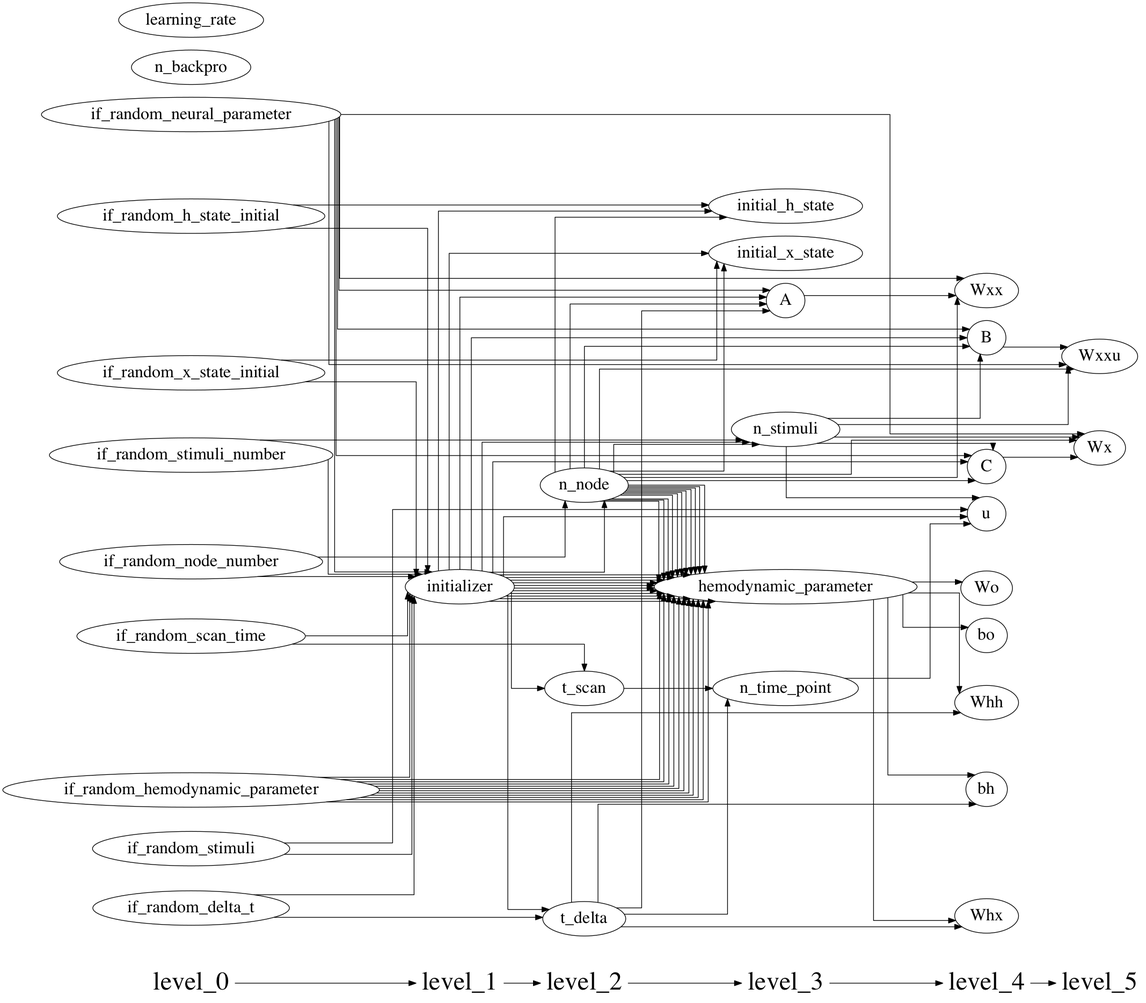
Earlier version of the Graphviz export DCM_RNN/documents/parameter_graph.png (YuanWangOnward/DCM_RNN). Its source is kept beside it as DCM_RNN/documents/parameter_graph.gv.
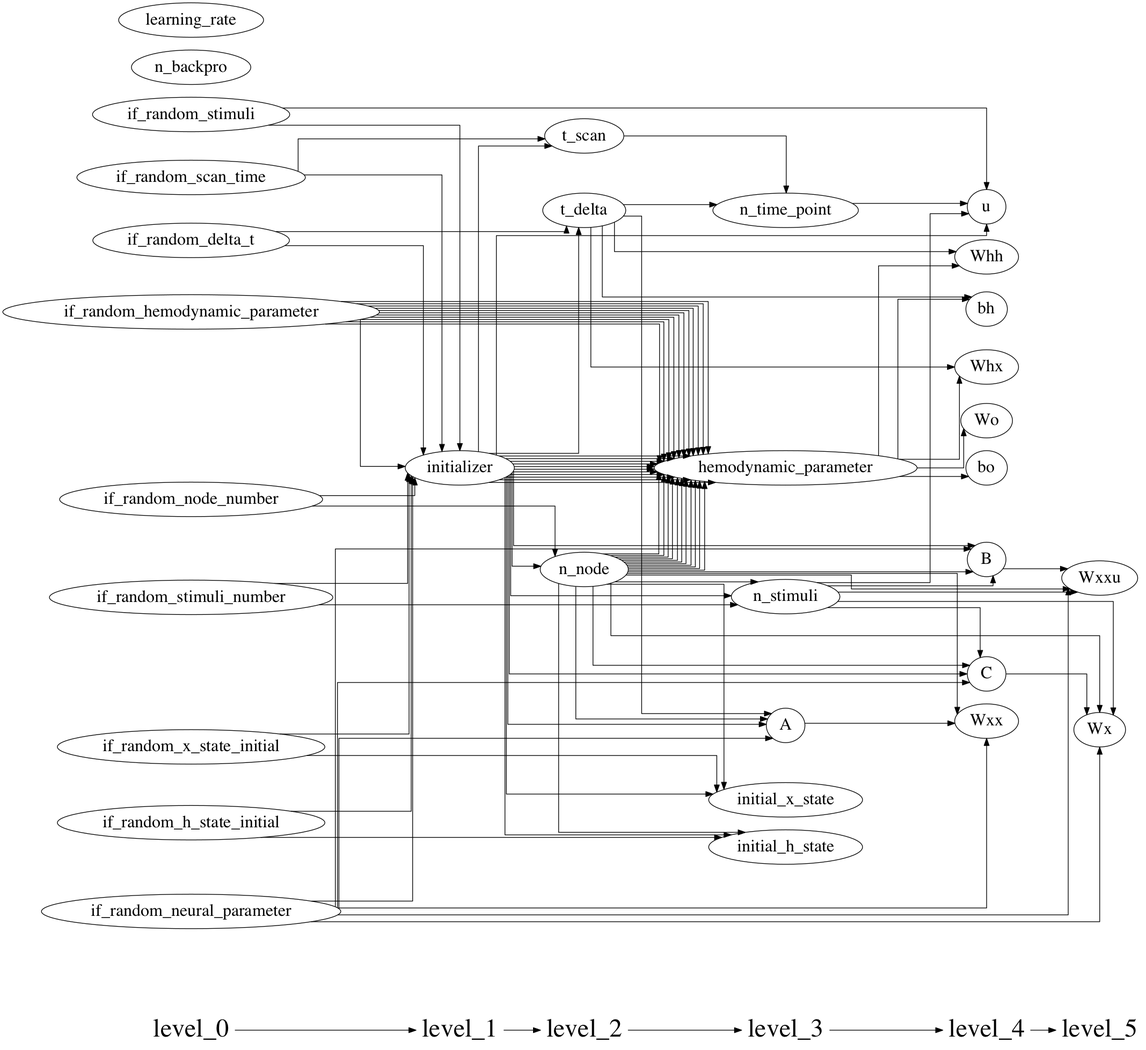
The same file after the commit.

What changed in the source:
```diff
@@ -10,6 +10,14 @@
           level_3 ->
           level_4 ->
           level_5
+          }
+          {rank = same;
+          n_time_point;
+          n_stimuli;
+          A;
+          hemodynamic_parameter;
+          initial_x_state;
+          initial_h_state;
           }
           {rank = same;
           initializer;
@@ -33,10 +41,6 @@
           t_scan;
           }
           {rank = same;
-          Wxxu;
-          Wx;
-          }
-          {rank = same;
           u;
           B;
           C;
@@ -48,21 +52,44 @@
           bo;
           }
           {rank = same;
-          n_time_point;
-          n_stimuli;
-          A;
-          hemodynamic_parameter;
-          initial_x_state;
-          initial_h_state;
+          Wxxu;
+          Wx;
           }
-          hemodynamic_parameter -> Whh;
-          t_delta -> Whh;
+          if_random_scan_time;
+          if_random_neural_parameter -> Wx;
+          n_node -> Wx;
+          n_stimuli -> Wx;
+          C -> Wx;
+          n_node -> hemodynamic_parameter;
+          if_random_hemodynamic_parameter -> hemodynamic_parameter;
+          initializer -> hemodynamic_parameter;
+          if_random_stimuli;
+          hemodynamic_parameter -> Wo;
+          if_random_neural_parameter -> B;
+          n_node -> B;
+          n_stimuli -> B;
+          initializer -> B;
+          if_random_h_state_initial;
+          if_random_stimuli_number -> n_stimuli;
+          n_node -> n_stimuli;
+          initializer -> n_stimuli;
+          n_node -> initial_h_state;
+          if_random_h_state_initial -> initial_h_state;
+          initializer -> initial_h_state;
+          n_node -> hemodynamic_parameter;
+          if_random_hemodynamic_parameter -> hemodynamic_parameter;
+          initializer -> hemodynamic_parameter;
           if_random_neural_parameter -> Wxx;
           n_node -> Wxx;
           A -> Wxx;
-          n_node -> hemodynamic_parameter;
-          if_random_hemodynamic_parameter -> hemodynamic_parameter;
-          initializer -> hemodynamic_parameter;
+          n_backpro;
+          if_random_delta_t -> t_delta;
+          initializer -> t_delta;
+          if_random_hemodynamic_parameter;
+          t_scan -> n_time_point;
+          t_delta -> n_time_point;
+          if_random_scan_time -> t_scan;
+          initializer -> t_scan;
           n_node -> hemodynamic_parameter;
           if_random_hemodynamic_parameter -> hemodynamic_parameter;
           initializer -> hemodynamic_parameter;
@@ -75,51 +102,25 @@
           if_random_stimuli_number -> initializer;
           if_random_delta_t -> initializer;
           if_random_scan_time -> initializer;
-          learning_rate;
-          n_backpro;
-          if_random_neural_parameter -> C;
-          n_node -> C;
-          n_stimuli -> C;
-          initializer -> C;
-          n_node -> initial_h_state;
-          if_random_h_state_initial -> initial_h_state;
-          initializer -> initial_h_state;
-          if_random_delta_t -> t_delta;
-          initializer -> t_delta;
-          if_random_stimuli_number -> n_stimuli;
-          n_node -> n_stimuli;
-          initializer -> n_stimuli;
-          if_random_stimuli -> u;
-          n_stimuli -> u;
-          n_time_point -> u;
-          initializer -> u;
-          if_random_neural_parameter -> Wx;
-          n_node -> Wx;
-          n_stimuli -> Wx;
-          C -> Wx;
-          if_random_stimuli_number;
           n_node -> hemodynamic_parameter;
           if_random_hemodynamic_parameter -> hemodynamic_parameter;
           initializer -> hemodynamic_parameter;
-          n_node -> initial_x_state;
-          if_random_x_state_initial -> initial_x_state;
-          initializer -> initial_x_state;
           n_node -> hemodynamic_parameter;
           if_random_hemodynamic_parameter -> hemodynamic_parameter;
           initializer -> hemodynamic_parameter;
-          if_random_neural_parameter -> Wxxu;
-          n_node -> Wxxu;
-          n_stimuli -> Wxxu;
-          B -> Wxxu;
-          hemodynamic_parameter -> Whx;
-          t_delta -> Whx;
-          if_random_hemodynamic_parameter;
-          if_random_h_state_initial;
+          hemodynamic_parameter -> Whh;
+          t_delta -> Whh;
           n_node -> hemodynamic_parameter;
           if_random_hemodynamic_parameter -> hemodynamic_parameter;
           initializer -> hemodynamic_parameter;
           hemodynamic_parameter -> bh;
           t_delta -> bh;
+          if_random_neural_parameter;
+          if_random_x_state_initial;
+          n_node -> hemodynamic_parameter;
+          if_random_hemodynamic_parameter -> hemodynamic_parameter;
+          initializer -> hemodynamic_parameter;
+          if_random_stimuli_number;
           n_node -> hemodynamic_parameter;
           if_random_hemodynamic_parameter -> hemodynamic_parameter;
           initializer -> hemodynamic_parameter;
@@ -128,36 +129,35 @@
           n_node -> hemodynamic_parameter;
           if_random_hemodynamic_parameter -> hemodynamic_parameter;
           initializer -> hemodynamic_parameter;
-          hemodynamic_parameter -> Wo;
-          hemodynamic_parameter -> bo;
-          n_node -> hemodynamic_parameter;
-          if_random_hemodynamic_parameter -> hemodynamic_parameter;
-          initializer -> hemodynamic_parameter;
-          if_random_scan_time;
-          n_node -> hemodynamic_parameter;
-          if_random_hemodynamic_parameter -> hemodynamic_parameter;
-          initializer -> hemodynamic_parameter;
-          n_node -> hemodynamic_parameter;
-          if_random_hemodynamic_parameter -> hemodynamic_parameter;
-          initializer -> hemodynamic_parameter;
-          if_random_delta_t;
-          if_random_node_number;
-          n_node -> hemodynamic_parameter;
-          if_random_hemodynamic_parameter -> hemodynamic_parameter;
-          initializer -> hemodynamic_parameter;
-          if_random_scan_time -> t_scan;
-          initializer -> t_scan;
           t_delta -> A;
           if_random_neural_parameter -> A;
           n_node -> A;
           initializer -> A;
-          if_random_neural_parameter;
-          if_random_neural_parameter -> B;
-          n_node -> B;
-          n_stimuli -> B;
-          initializer -> B;
-          t_scan -> n_time_point;
-          t_delta -> n_time_point;
-          if_random_x_state_initial;
-          if_random_stimuli;
+          n_node -> hemodynamic_parameter;
+          if_random_hemodynamic_parameter -> hemodynamic_parameter;
+          initializer -> hemodynamic_parameter;
+          if_random_neural_parameter -> C;
+          n_node -> C;
+          n_stimuli -> C;
+          initializer -> C;
+          if_random_neural_parameter -> Wxxu;
+          n_node -> Wxxu;
+          n_stimuli -> Wxxu;
+          B -> Wxxu;
+          learning_rate;
+          if_random_stimuli -> u;
+          n_stimuli -> u;
+          n_time_point -> u;
+          initializer -> u;
+          if_random_delta_t;
+          n_node -> hemodynamic_parameter;
+          if_random_hemodynamic_parameter -> hemodynamic_parameter;
+          initializer -> hemodynamic_parameter;
+          n_node -> initial_x_state;
+          if_random_x_state_initial -> initial_x_state;
+          initializer -> initial_x_state;
+          hemodynamic_parameter -> bo;
+          hemodynamic_parameter -> Whx;
+          t_delta -> Whx;
+          if_random_node_number;
 }
```
